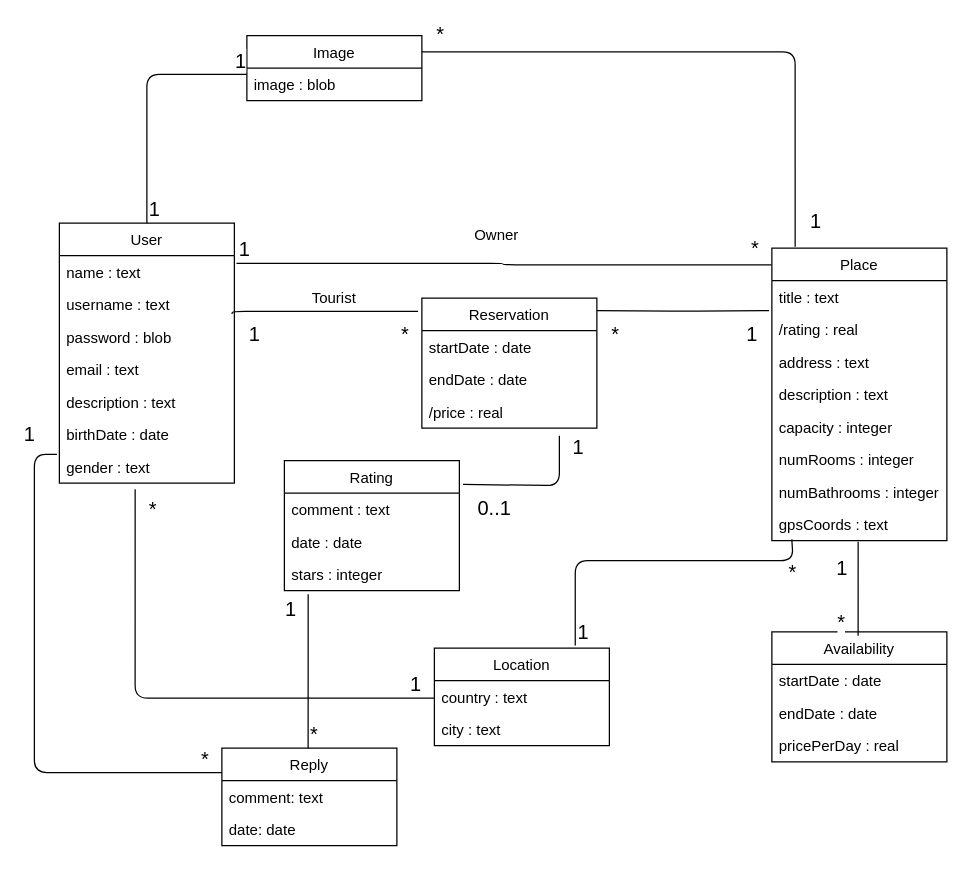
EduRibeiro00/AgencyTravels-feup-ltw keeps this draw.io diagram as docs/database_diagram/DatabaseDiagram.drawio. Above is the earlier version. Source tidied: cells renumbered, new cells numbered last; positions are measured from the earlier drawing's top-left corner, leaving out a move shared by most shapes. Both pictures are drawn from the tidied source at 125%, with x=0, y=0 at pixel (34, 35).
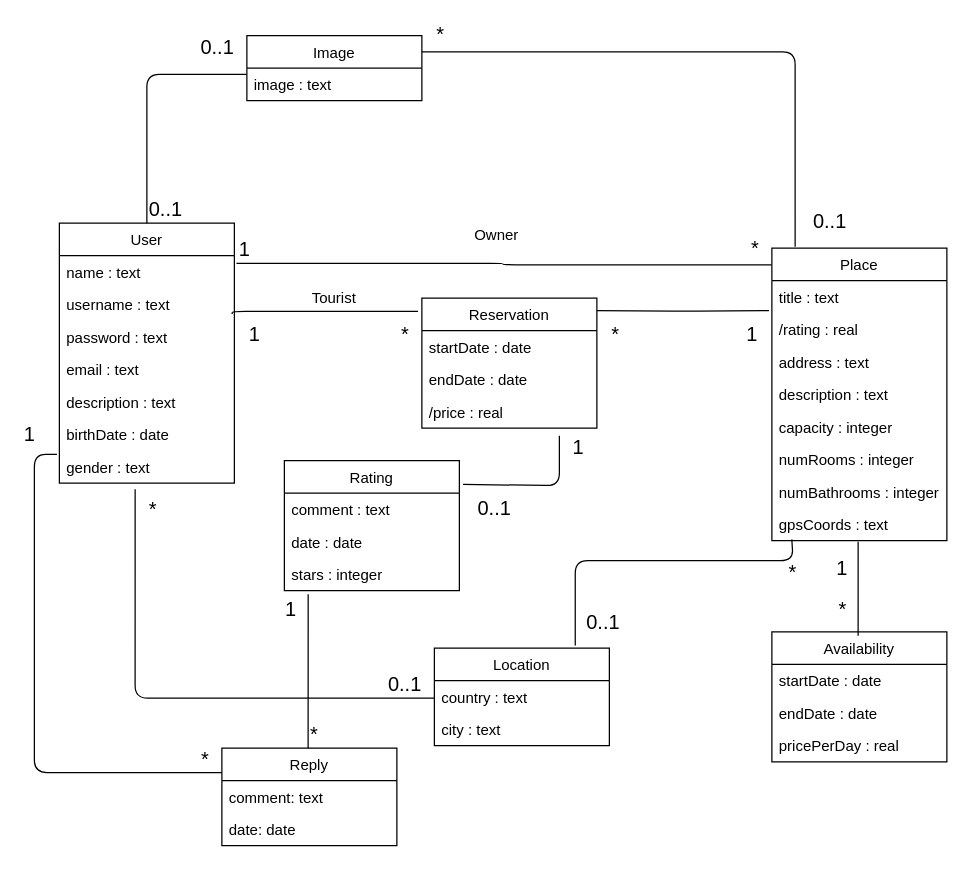
The same diagram, later.

Commit message (it also covers changes not shown here):
Created SQL database; updated diagrams; implemented triggers for place rating

Unchanged cells that the change refers to:
```xml
<mxCell id="2" value="User" style="swimlane;fontStyle=0;horizontal=1;startSize=26;fillColor=none;" parent="1" vertex="1">
  <mxGeometry x="20" y="150" width="140" height="208" as="geometry" />
</mxCell>
<mxCell id="22" value="Image" style="swimlane;fontStyle=0;horizontal=1;startSize=26;fillColor=none;" parent="1" vertex="1">
  <mxGeometry x="170" width="140" height="52" as="geometry" />
</mxCell>
<mxCell id="41" style="endArrow=none;html=1;edgeStyle=orthogonalEdgeStyle;exitX=0.493;exitY=1.038;exitDx=0;exitDy=0;exitPerimeter=0;" parent="1" edge="1" source="18">
  <mxGeometry relative="1" as="geometry">
    <mxPoint x="659" y="480" as="targetPoint" />
  </mxGeometry>
</mxCell>
<mxCell id="44" style="endArrow=none;html=1;edgeStyle=orthogonalEdgeStyle;exitX=0.805;exitY=-0.027;exitDx=0;exitDy=0;exitPerimeter=0;entryX=0.114;entryY=0.962;entryDx=0;entryDy=0;entryPerimeter=0;" parent="1" edge="1" source="19" target="18">
  <mxGeometry relative="1" as="geometry">
    <Array as="points">
      <mxPoint x="433" y="420" />
      <mxPoint x="607" y="420" />
    </Array>
  </mxGeometry>
</mxCell>
<mxCell id="47" style="endArrow=none;html=1;edgeStyle=orthogonalEdgeStyle;exitX=0.433;exitY=1.189;exitDx=0;exitDy=0;exitPerimeter=0;" parent="1" edge="1" source="9">
  <mxGeometry relative="1" as="geometry">
    <mxPoint x="320" y="530" as="targetPoint" />
    <Array as="points">
      <mxPoint x="80" y="363" />
      <mxPoint x="80" y="530" />
    </Array>
  </mxGeometry>
</mxCell>
<mxCell id="50" style="endArrow=none;html=1;edgeStyle=orthogonalEdgeStyle;entryX=-0.002;entryY=0.189;entryDx=0;entryDy=0;entryPerimeter=0;exitX=0.5;exitY=0;exitDx=0;exitDy=0;" parent="1" edge="1" source="2" target="23">
  <mxGeometry relative="1" as="geometry" />
</mxCell>
<mxCell id="53" style="endArrow=none;html=1;edgeStyle=orthogonalEdgeStyle;exitX=1;exitY=0.25;exitDx=0;exitDy=0;entryX=0.133;entryY=-0.005;entryDx=0;entryDy=0;entryPerimeter=0;" parent="1" edge="1" source="22" target="10">
  <mxGeometry relative="1" as="geometry" />
</mxCell>
```

Diff of the diagram source:
```diff
@@
-    <mxCell id="5" value="password : blob" style="text;strokeColor=none;fillColor=none;align=left;verticalAlign=top;spacingLeft=4;spacingRight=4;overflow=hidden;points=[[0,0.5],[1,0.5]];portConstraint=eastwest;" parent="2" vertex="1">
+    <mxCell id="5" value="password : text" style="text;strokeColor=none;fillColor=none;align=left;verticalAlign=top;spacingLeft=4;spacingRight=4;overflow=hidden;points=[[0,0.5],[1,0.5]];portConstraint=eastwest;" parent="2" vertex="1">
       <mxGeometry y="78" width="140" height="26" as="geometry" />
     </mxCell>
@@
-    <mxCell id="23" value="image : blob" style="text;strokeColor=none;fillColor=none;align=left;verticalAlign=top;spacingLeft=4;spacingRight=4;overflow=hidden;points=[[0,0.5],[1,0.5]];portConstraint=eastwest;" parent="22" vertex="1">
+    <mxCell id="23" value="image : text" style="text;strokeColor=none;fillColor=none;align=left;verticalAlign=top;spacingLeft=4;spacingRight=4;overflow=hidden;points=[[0,0.5],[1,0.5]];portConstraint=eastwest;" parent="22" vertex="1">
       <mxGeometry y="26" width="140" height="26" as="geometry" />
     </mxCell>
@@
     <mxCell id="43" value="&lt;font style=&quot;font-size: 16px&quot;&gt;*&lt;/font&gt;" style="html=1;align=right;verticalAlign=bottom;labelBackgroundColor=#ffffff;fontSize=10;" parent="41" vertex="1">
       <mxGeometry x="1" relative="1" as="geometry">
-        <mxPoint x="-10" as="offset" />
+        <mxPoint x="-9" y="-10" as="offset" />
       </mxGeometry>
     </mxCell>
@@
-    <mxCell id="45" value="&lt;font style=&quot;font-size: 16px&quot;&gt;1&lt;/font&gt;" style="html=1;align=left;verticalAlign=bottom;labelBackgroundColor=#ffffff;fontSize=10;" parent="44" vertex="1">
-      <mxGeometry x="-1" relative="1" as="geometry" />
+    <mxCell id="45" value="&lt;font style=&quot;font-size: 16px&quot;&gt;0..1&lt;/font&gt;" style="html=1;align=left;verticalAlign=bottom;labelBackgroundColor=#ffffff;fontSize=10;" parent="44" vertex="1">
+      <mxGeometry x="-1" relative="1" as="geometry">
+        <mxPoint x="7" y="-8" as="offset" />
+      </mxGeometry>
     </mxCell>
@@
-    <mxCell id="49" value="&lt;font style=&quot;font-size: 16px&quot;&gt;1&lt;/font&gt;" style="html=1;align=right;verticalAlign=bottom;labelBackgroundColor=#ffffff;fontSize=10;" parent="47" vertex="1">
+    <mxCell id="49" value="&lt;font style=&quot;font-size: 16px&quot;&gt;0..1&lt;/font&gt;" style="html=1;align=right;verticalAlign=bottom;labelBackgroundColor=#ffffff;fontSize=10;" parent="47" vertex="1">
       <mxGeometry x="1" relative="1" as="geometry">
         <mxPoint x="-10" as="offset" />
       </mxGeometry>
     </mxCell>
@@
-    <mxCell id="51" value="&lt;font style=&quot;font-size: 16px&quot;&gt;1&lt;/font&gt;" style="html=1;align=left;verticalAlign=bottom;labelBackgroundColor=#ffffff;fontSize=10;" parent="50" vertex="1">
+    <mxCell id="51" value="&lt;font style=&quot;font-size: 16px&quot;&gt;0..1&lt;/font&gt;" style="html=1;align=left;verticalAlign=bottom;labelBackgroundColor=#ffffff;fontSize=10;" parent="50" vertex="1">
       <mxGeometry x="-1" relative="1" as="geometry" />
     </mxCell>
-    <mxCell id="52" value="&lt;font style=&quot;font-size: 16px&quot;&gt;1&lt;/font&gt;" style="html=1;align=right;verticalAlign=bottom;labelBackgroundColor=#ffffff;fontSize=10;" parent="50" vertex="1">
-      <mxGeometry x="1" relative="1" as="geometry" />
+    <mxCell id="52" value="&lt;font style=&quot;font-size: 16px&quot;&gt;0..1&lt;/font&gt;" style="html=1;align=right;verticalAlign=bottom;labelBackgroundColor=#ffffff;fontSize=10;" parent="50" vertex="1">
+      <mxGeometry x="1" relative="1" as="geometry">
+        <mxPoint x="-10" y="-11" as="offset" />
+      </mxGeometry>
     </mxCell>
@@
-    <mxCell id="55" value="&lt;font style=&quot;font-size: 16px&quot;&gt;1&lt;/font&gt;" style="html=1;align=right;verticalAlign=bottom;labelBackgroundColor=#ffffff;fontSize=10;" parent="53" vertex="1">
+    <mxCell id="55" value="&lt;font style=&quot;font-size: 16px&quot;&gt;0..1&lt;/font&gt;" style="html=1;align=right;verticalAlign=bottom;labelBackgroundColor=#ffffff;fontSize=10;" parent="53" vertex="1">
       <mxGeometry x="1" relative="1" as="geometry">
-        <mxPoint x="21" y="-9" as="offset" />
+        <mxPoint x="41" y="-9" as="offset" />
       </mxGeometry>
     </mxCell>
```
